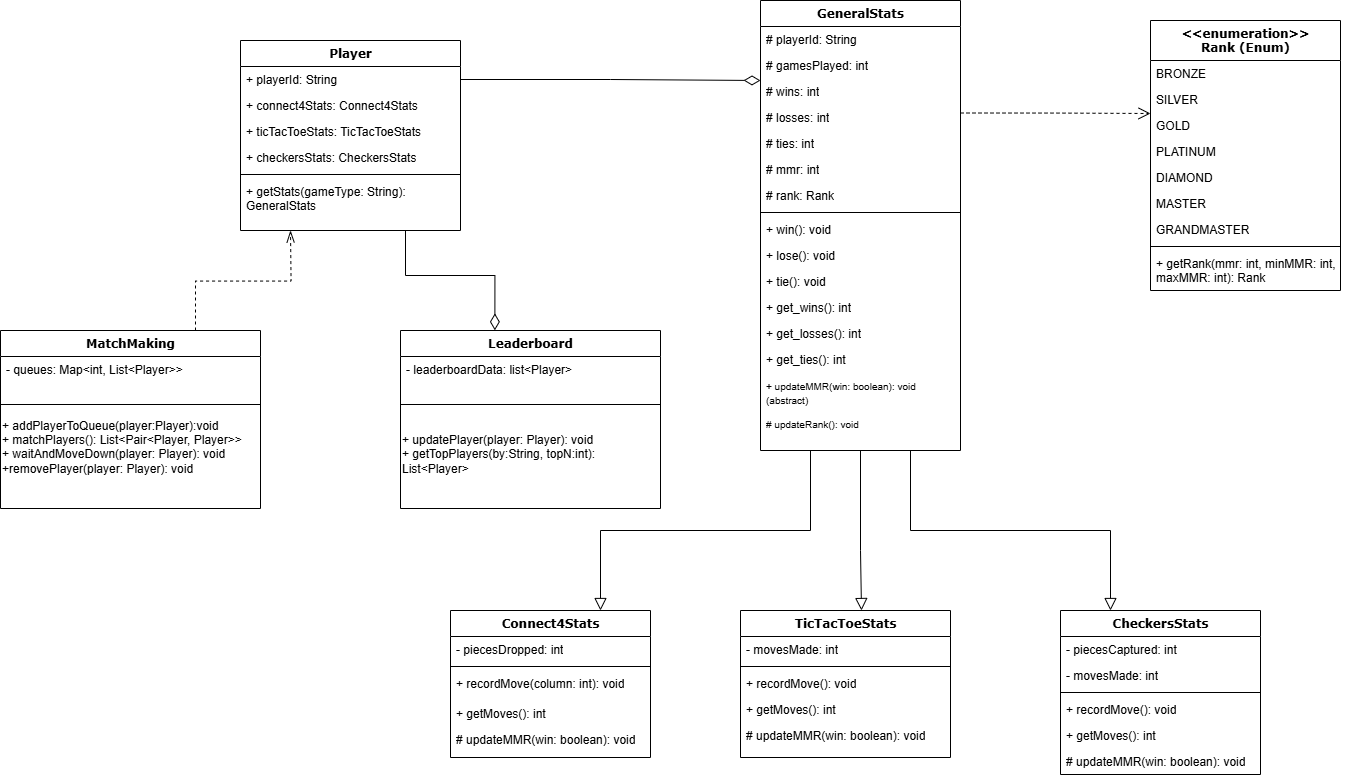
Before: Structure Diagram/class_diagram.png, a diagram exported from draw.io (farshadislam/Socketed-Multigame-GUI). Source tidied: cells renumbered, new cells last; positions are measured from the earlier drawing's top-left corner, leaving out a move shared by most shapes.
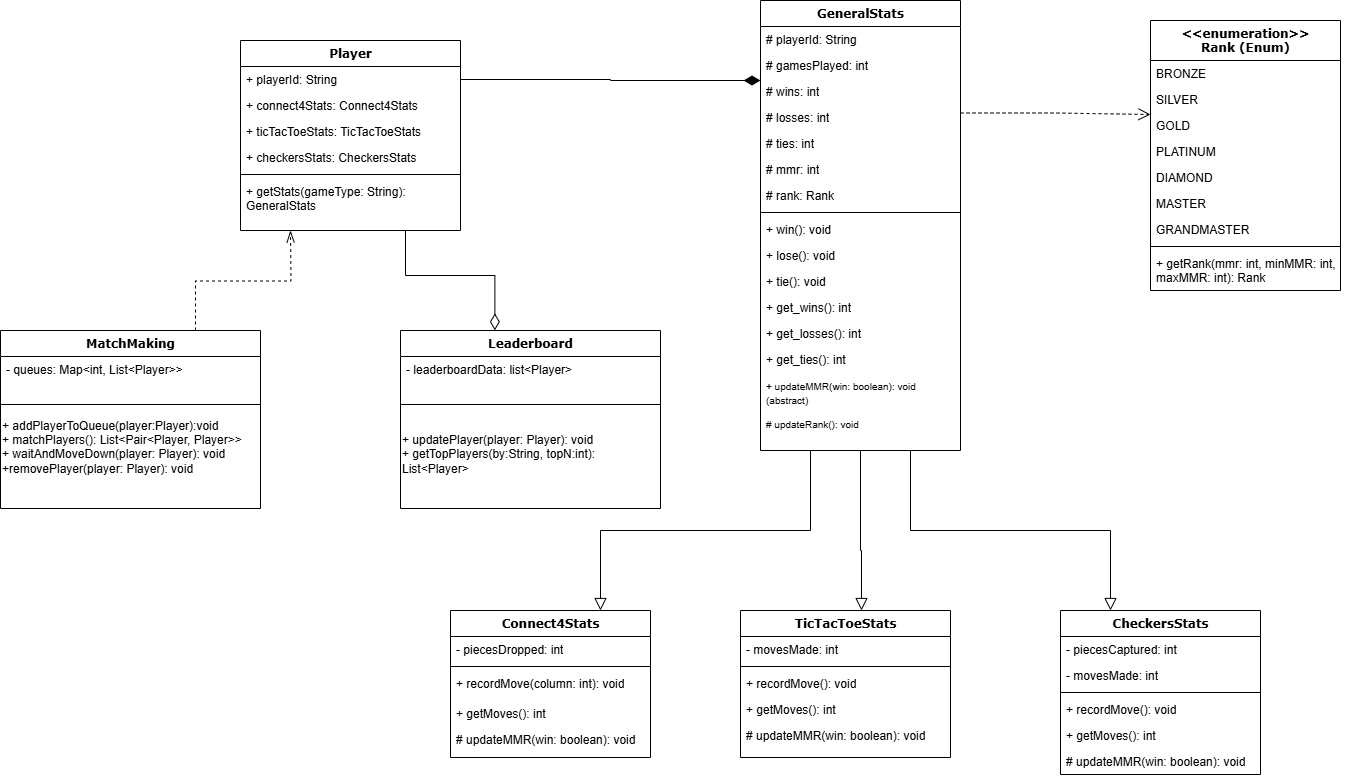
The same diagram one commit later.

Commit message:
forgot to actually make composition change, did it now between player and generalstats

Change to the diagram source:
```diff
@@ -211,7 +211,7 @@
     <mxCell id="68" style="edgeStyle=orthogonalEdgeStyle;rounded=0;jettySize=auto;html=1;exitX=0.75;exitY=1;exitDx=0;exitDy=0;entryX=0.363;entryY=-0.001;entryDx=0;entryDy=0;entryPerimeter=0;endArrow=diamondThin;endFill=0;endSize=14;" parent="1" edge="1" source="37" target="63">
       <mxGeometry relative="1" as="geometry" />
     </mxCell>
-    <mxCell id="69" style="edgeStyle=orthogonalEdgeStyle;rounded=0;jettySize=auto;html=1;exitX=1;exitY=0.5;exitDx=0;exitDy=0;endArrow=diamondThin;endFill=0;endSize=14;" parent="1" edge="1" source="38">
+    <mxCell id="69" style="edgeStyle=orthogonalEdgeStyle;rounded=0;jettySize=auto;html=1;exitX=1;exitY=0.5;exitDx=0;exitDy=0;endArrow=diamondThin;endFill=1;endSize=14;" parent="1" edge="1" source="38">
       <mxGeometry relative="1" as="geometry">
         <mxPoint x="760" y="80" as="targetPoint" />
         <Array as="points">
```
